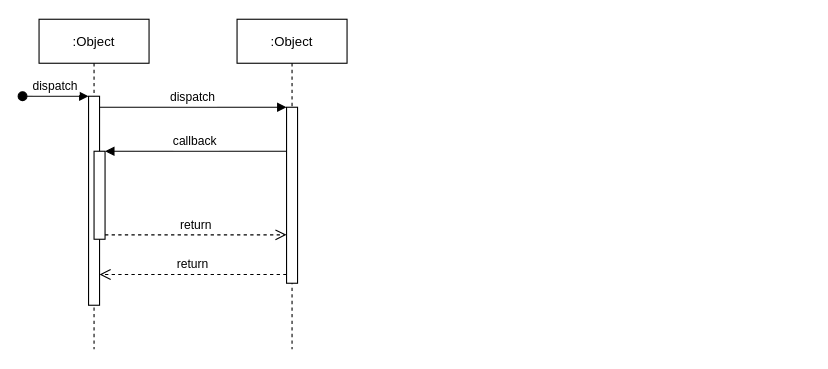
ErinChaeChae/Web keeps this draw.io diagram as Untitled Diagram.drawio. Above is the earlier version. Source tidied: cells renumbered, new cells numbered last; positions are measured from the earlier drawing's top-left corner, leaving out a move shared by most shapes. Both pictures are drawn from the tidied source at 110%, with x=0, y=0 at pixel (22, 19).
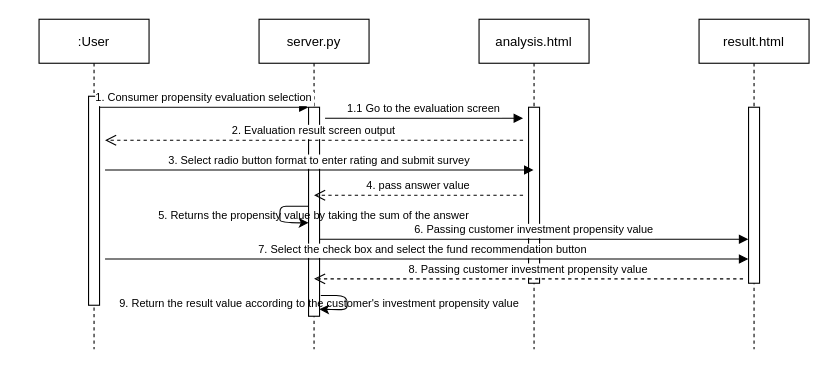
Above is the later version.

Commit message:
펀드 추천 1번 그림

Unchanged cells that the change refers to:
```xml
<mxCell id="3" style="points=[];perimeter=orthogonalPerimeter;rounded=0;shadow=0;strokeWidth=1;" parent="2" vertex="1">
  <mxGeometry x="45" y="70" width="10" height="190" as="geometry" />
</mxCell>
```

The edit, as a diff of the source:
```diff
@@
-    <mxCell id="2" value=":Object" style="shape=umlLifeline;perimeter=lifelinePerimeter;rounded=0;shadow=0;strokeWidth=1;" parent="1" vertex="1">
+    <mxCell id="2" value=":User" style="shape=umlLifeline;perimeter=lifelinePerimeter;rounded=0;shadow=0;strokeWidth=1;" parent="1" vertex="1">
       <mxGeometry x="15" width="100" height="300" as="geometry" />
     </mxCell>
@@
-    <mxCell id="4" value="dispatch" style="verticalAlign=bottom;startArrow=oval;endArrow=block;startSize=8;shadow=0;strokeWidth=1;" parent="2" edge="1" target="3">
-      <mxGeometry relative="1" as="geometry">
-        <mxPoint x="-15" y="70" as="sourcePoint" />
-      </mxGeometry>
-    </mxCell>
-    <mxCell id="5" style="points=[];perimeter=orthogonalPerimeter;rounded=0;shadow=0;strokeWidth=1;" parent="2" vertex="1">
-      <mxGeometry x="50" y="120" width="10" height="80" as="geometry" />
-    </mxCell>
-    <mxCell id="6" value=":Object" style="shape=umlLifeline;perimeter=lifelinePerimeter;rounded=0;shadow=0;strokeWidth=1;" parent="1" vertex="1">
-      <mxGeometry x="195" width="100" height="300" as="geometry" />
+    <mxCell id="6" value="server.py" style="shape=umlLifeline;perimeter=lifelinePerimeter;rounded=0;shadow=0;strokeWidth=1;" parent="1" vertex="1">
+      <mxGeometry x="215" width="100" height="300" as="geometry" />
     </mxCell>
     <mxCell id="7" style="points=[];perimeter=orthogonalPerimeter;rounded=0;shadow=0;strokeWidth=1;" parent="6" vertex="1">
-      <mxGeometry x="45" y="80" width="10" height="160" as="geometry" />
+      <mxGeometry x="45" y="80" width="10" height="190" as="geometry" />
     </mxCell>
-    <mxCell id="8" value="return" style="verticalAlign=bottom;endArrow=open;dashed=1;endSize=8;exitX=0;exitY=0.95;shadow=0;strokeWidth=1;" parent="1" edge="1" source="7" target="3">
-      <mxGeometry relative="1" as="geometry" />
-    </mxCell>
+    <mxCell id="12" style="curved=1;endArrow=classic;html=1;fontSize=10;entryX=-0.2;entryY=0.657;entryDx=0;entryDy=0;entryPerimeter=0;" parent="6" edge="1">
+      <mxGeometry relative="1" as="geometry">
+        <mxPoint x="45" y="170" as="sourcePoint" />
+        <mxPoint x="45" y="185.1" as="targetPoint" />
+        <Array as="points">
+          <mxPoint x="41" y="170" />
+          <mxPoint x="30" y="170" />
+          <mxPoint x="19" y="170" />
+          <mxPoint x="19" y="180" />
+          <mxPoint x="19" y="185" />
+        </Array>
+      </mxGeometry>
+    </mxCell>
+    <mxCell id="13" style="endArrow=classic;html=1;fontSize=10;exitX=1.114;exitY=0.901;exitDx=0;exitDy=0;exitPerimeter=0;entryX=0.977;entryY=0.966;entryDx=0;entryDy=0;entryPerimeter=0;" parent="6" edge="1" source="7" target="7">
+      <mxGeometry relative="1" as="geometry">
+        <Array as="points">
+          <mxPoint x="80" y="251" />
+          <mxPoint x="80" y="264" />
+          <mxPoint x="70" y="264" />
+        </Array>
+      </mxGeometry>
+    </mxCell>
-    <mxCell id="9" value="dispatch" style="verticalAlign=bottom;endArrow=block;entryX=0;entryY=0;shadow=0;strokeWidth=1;" parent="1" edge="1" source="3" target="7">
-      <mxGeometry relative="1" as="geometry" />
+    <mxCell id="9" value="1. Consumer propensity evaluation selection" style="verticalAlign=bottom;endArrow=block;entryX=0;entryY=0;shadow=0;strokeWidth=1;fontSize=10;" parent="1" edge="1">
+      <mxGeometry relative="1" as="geometry">
+        <mxPoint x="70" y="80" as="sourcePoint" />
+        <mxPoint x="260" y="80" as="targetPoint" />
+        <Array as="points">
+          <mxPoint x="165" y="80" />
+        </Array>
+      </mxGeometry>
     </mxCell>
-    <mxCell id="10" value="callback" style="verticalAlign=bottom;endArrow=block;entryX=1;entryY=0;shadow=0;strokeWidth=1;" parent="1" edge="1" source="7" target="5">
-      <mxGeometry relative="1" as="geometry" />
-    </mxCell>
-    <mxCell id="11" value="return" style="verticalAlign=bottom;endArrow=open;dashed=1;endSize=8;exitX=1;exitY=0.95;shadow=0;strokeWidth=1;" parent="1" edge="1" source="5" target="7">
-      <mxGeometry relative="1" as="geometry" />
-    </mxCell>
+    <mxCell id="14" value="analysis.html" style="shape=umlLifeline;perimeter=lifelinePerimeter;rounded=0;shadow=0;strokeWidth=1;" parent="1" vertex="1">
+      <mxGeometry x="415" width="100" height="300" as="geometry" />
+    </mxCell>
+    <mxCell id="15" style="perimeter=orthogonalPerimeter;rounded=0;shadow=0;strokeWidth=1;" parent="14" vertex="1">
+      <mxGeometry x="45" y="80" width="10" height="160" as="geometry" />
+    </mxCell>
+    <mxCell id="16" value="result.html" style="shape=umlLifeline;perimeter=lifelinePerimeter;rounded=0;shadow=0;strokeWidth=1;" parent="1" vertex="1">
+      <mxGeometry x="615" width="100" height="300" as="geometry" />
+    </mxCell>
+    <mxCell id="17" style="perimeter=orthogonalPerimeter;rounded=0;shadow=0;strokeWidth=1;" parent="16" vertex="1">
+      <mxGeometry x="45" y="80" width="10" height="160" as="geometry" />
+    </mxCell>
+    <mxCell id="18" value="1.1 Go to the evaluation screen" style="verticalAlign=bottom;endArrow=block;shadow=0;strokeWidth=1;fontSize=10;" parent="1" edge="1">
+      <mxGeometry relative="1" as="geometry">
+        <mxPoint x="275" y="90" as="sourcePoint" />
+        <mxPoint x="455" y="90" as="targetPoint" />
+        <Array as="points">
+          <mxPoint x="370" y="90" />
+        </Array>
+      </mxGeometry>
+    </mxCell>
+    <mxCell id="19" value="2. Evaluation result screen output" style="verticalAlign=bottom;endArrow=open;dashed=1;endSize=8;exitX=0;exitY=0.95;shadow=0;strokeWidth=1;fontSize=10;" parent="1" edge="1">
+      <mxGeometry relative="1" as="geometry">
+        <mxPoint x="455" y="110" as="sourcePoint" />
+        <mxPoint x="75" y="110" as="targetPoint" />
+      </mxGeometry>
+    </mxCell>
+    <mxCell id="20" value="3. Select radio button format to enter rating and submit survey" style="verticalAlign=bottom;endArrow=block;shadow=0;strokeWidth=1;fontSize=10;" parent="1" edge="1">
+      <mxGeometry relative="1" as="geometry">
+        <mxPoint x="75" y="137" as="sourcePoint" />
+        <mxPoint x="464.5" y="137" as="targetPoint" />
+        <Array as="points">
+          <mxPoint x="170" y="137" />
+        </Array>
+      </mxGeometry>
+    </mxCell>
+    <mxCell id="21" value="4. pass answer value" style="verticalAlign=bottom;endArrow=open;dashed=1;endSize=8;exitX=0;exitY=0.95;shadow=0;strokeWidth=1;fontSize=10;" parent="1" edge="1">
+      <mxGeometry relative="1" as="geometry">
+        <mxPoint x="455" y="160" as="sourcePoint" />
+        <mxPoint x="265" y="160" as="targetPoint" />
+      </mxGeometry>
+    </mxCell>
+    <mxCell id="22" value="8. Passing customer investment propensity value" style="verticalAlign=bottom;endArrow=open;dashed=1;endSize=8;shadow=0;strokeWidth=1;fontSize=10;" parent="1" edge="1">
+      <mxGeometry relative="1" as="geometry">
+        <mxPoint x="655" y="236" as="sourcePoint" />
+        <mxPoint x="265" y="236" as="targetPoint" />
+      </mxGeometry>
+    </mxCell>
+    <mxCell id="23" value="5. Returns the propensity value by taking the sum of the answer" style="text;html=1;strokeColor=none;fillColor=none;align=center;verticalAlign=middle;whiteSpace=wrap;rounded=0;fontSize=10;" parent="1" vertex="1">
+      <mxGeometry x="115" y="168" width="300" height="20" as="geometry" />
+    </mxCell>
+    <mxCell id="24" value="6. Passing customer investment propensity value" style="verticalAlign=bottom;endArrow=block;shadow=0;strokeWidth=1;fontSize=10;" parent="1" edge="1">
+      <mxGeometry relative="1" as="geometry">
+        <mxPoint x="270.2" y="200" as="sourcePoint" />
+        <mxPoint x="659.8" y="200" as="targetPoint" />
+        <Array as="points">
+          <mxPoint x="365.2" y="200" />
+        </Array>
+      </mxGeometry>
+    </mxCell>
+    <mxCell id="25" value="7. Select the check box and select the fund recommendation button" style="verticalAlign=bottom;endArrow=block;shadow=0;strokeWidth=1;fontSize=10;" parent="1" edge="1">
+      <mxGeometry x="-0.01" relative="1" as="geometry">
+        <mxPoint x="75" y="218" as="sourcePoint" />
+        <mxPoint x="659.8" y="218" as="targetPoint" />
+        <Array as="points">
+          <mxPoint x="365.2" y="218" />
+        </Array>
+      </mxGeometry>
+    </mxCell>
+    <mxCell id="26" value="9. Return the result value according to the customer's investment propensity value" style="text;html=1;strokeColor=none;fillColor=none;align=center;verticalAlign=middle;whiteSpace=wrap;rounded=0;fontSize=10;" parent="1" vertex="1">
+      <mxGeometry x="85" y="248" width="370" height="20" as="geometry" />
+    </mxCell>
```
